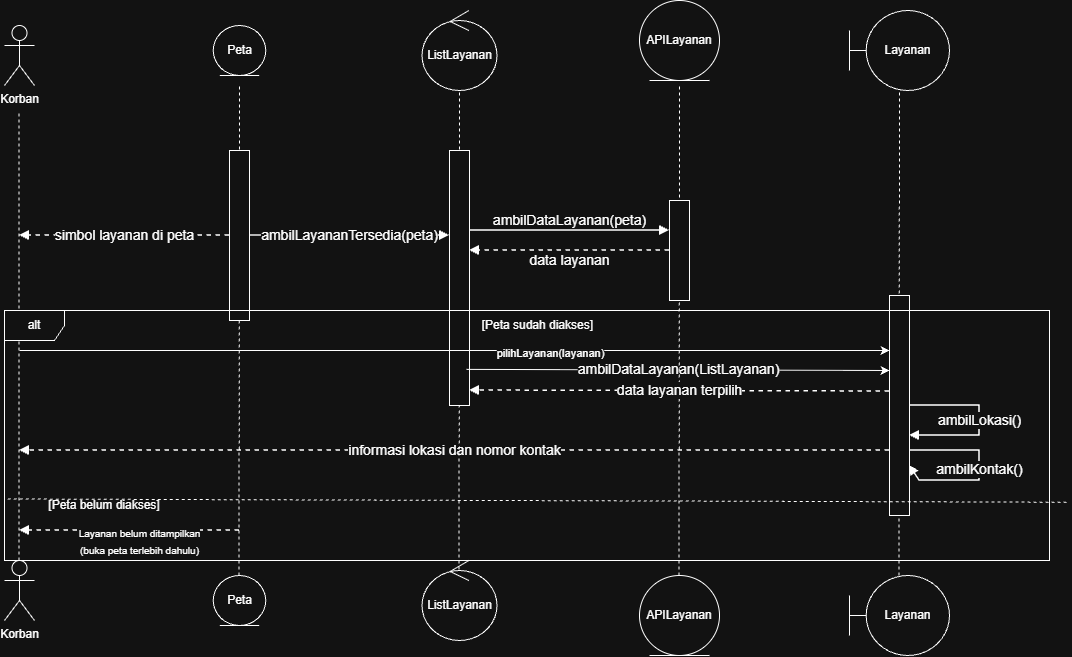
Earlier version of the draw.io export docs/M7/assets/diagram/SeqUC03.png (chrishengun123/IF2150-RPL-K02-G10). Source tidied: cells renumbered, new cells last; positions are measured from the earlier drawing's top-left corner, leaving out a move shared by most shapes.
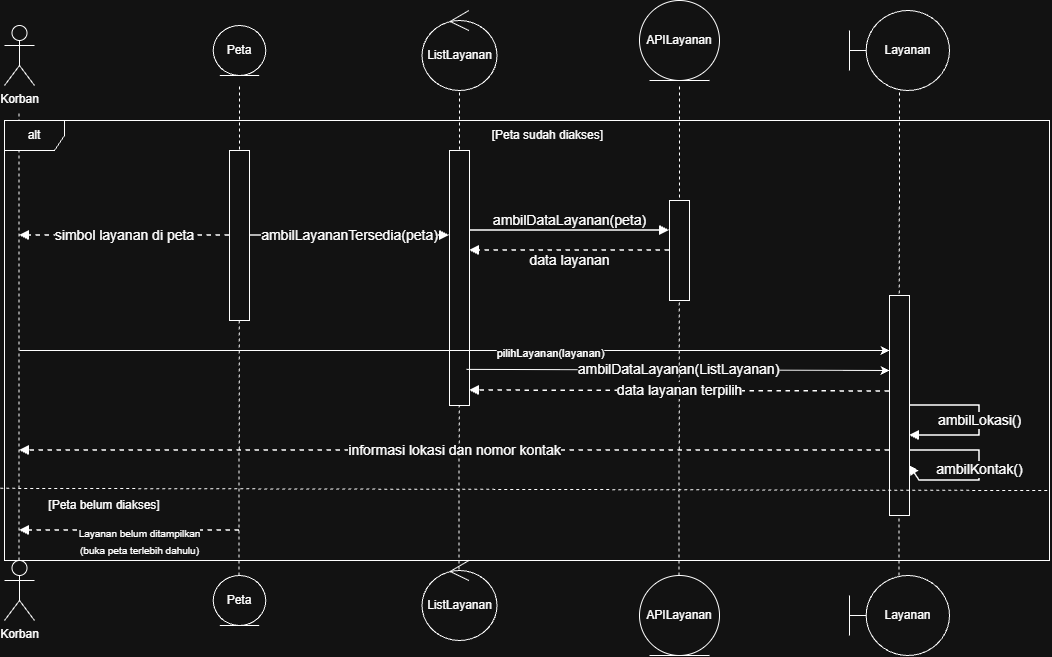
The same file after the commit.

Commit message:
docs:Seq DIAGRAM UC03

What changed in the source:
```diff
@@ -163,15 +163,13 @@
       </mxGeometry>
     </mxCell>
     <mxCell id="38" value="alt" style="shape=umlFrame;whiteSpace=wrap;html=1;" parent="1" vertex="1">
-      <mxGeometry y="310" width="1045" height="250" as="geometry" />
+      <mxGeometry y="120" width="1045" height="440" as="geometry" />
     </mxCell>
     <mxCell id="39" value="[Peta sudah diakses]&amp;nbsp;" style="text;html=1;whiteSpace=wrap;strokeColor=none;fillColor=none;align=center;verticalAlign=middle;rounded=0;" parent="1" vertex="1">
-      <mxGeometry x="475" y="310" width="120" height="30" as="geometry" />
+      <mxGeometry x="485" y="120" width="120" height="30" as="geometry" />
     </mxCell>
-    <mxCell id="40" style="endArrow=none;dashed=1;html=1;rounded=0;defaultLabelBackgroundColor=gap;exitX=0.003;exitY=0.754;exitDx=0;exitDy=0;exitPerimeter=0;" parent="1" edge="1" source="38">
-      <mxGeometry relative="1" as="geometry">
-        <mxPoint x="1065" y="501.8" as="targetPoint" />
-      </mxGeometry>
+    <mxCell id="40" style="endArrow=none;dashed=1;html=1;rounded=0;defaultLabelBackgroundColor=gap;exitX=-0.004;exitY=0.836;exitDx=0;exitDy=0;exitPerimeter=0;entryX=1;entryY=0.841;entryDx=0;entryDy=0;entryPerimeter=0;" parent="1" edge="1" source="38" target="38">
+      <mxGeometry relative="1" as="geometry" />
     </mxCell>
     <mxCell id="41" value="[Peta belum diakses]" style="text;html=1;whiteSpace=wrap;strokeColor=none;fillColor=none;align=center;verticalAlign=middle;rounded=0;" parent="1" vertex="1">
       <mxGeometry x="35" y="490" width="130" height="30" as="geometry" />
```
